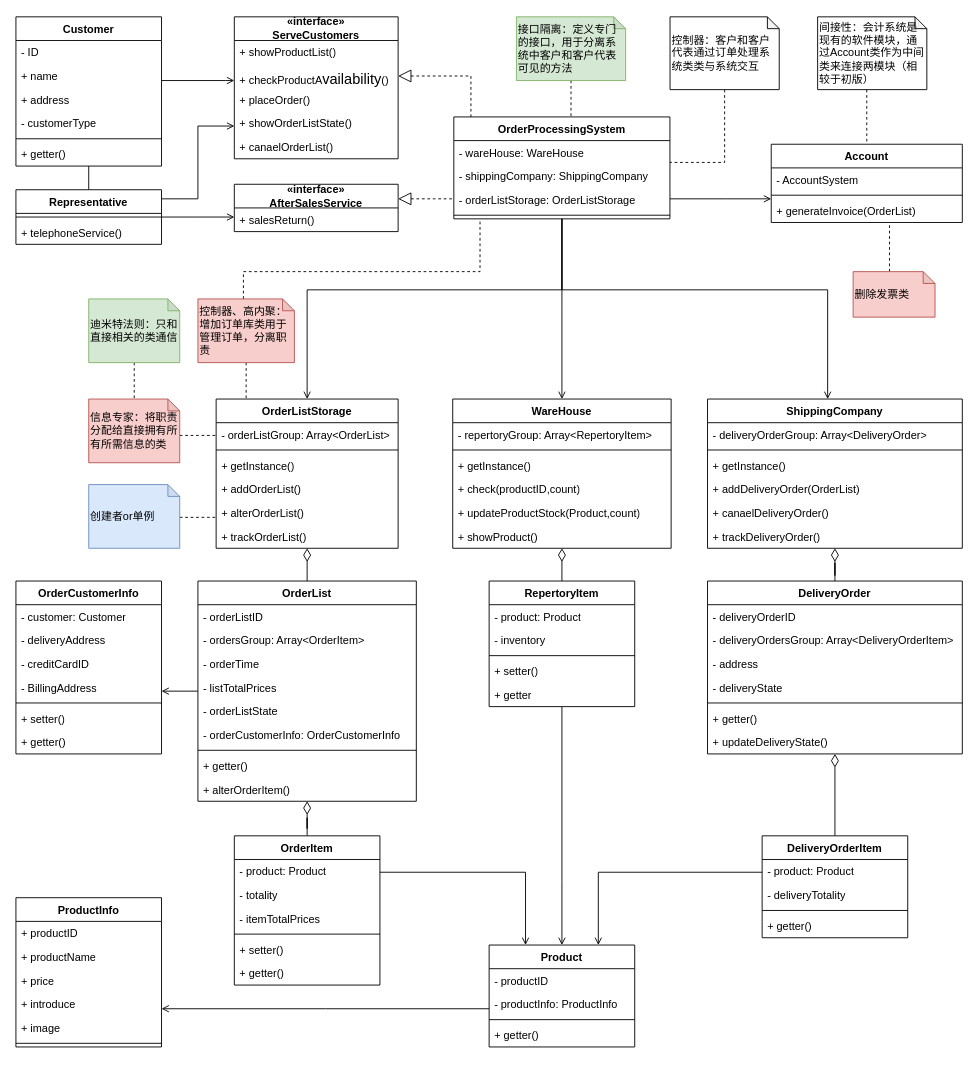
The draw.io diagram page "第 1 页" (1 of 2) of orders_Class_improved_plus.drawio in yayaer123/drawio_demo, before the edit. Source tidied: cells renumbered, new cells numbered last; positions are measured from the earlier drawing's top-left corner, leaving out a move shared by most shapes. Both pictures are drawn from the tidied source at 91%, with x=0, y=0 at pixel (15, 16).
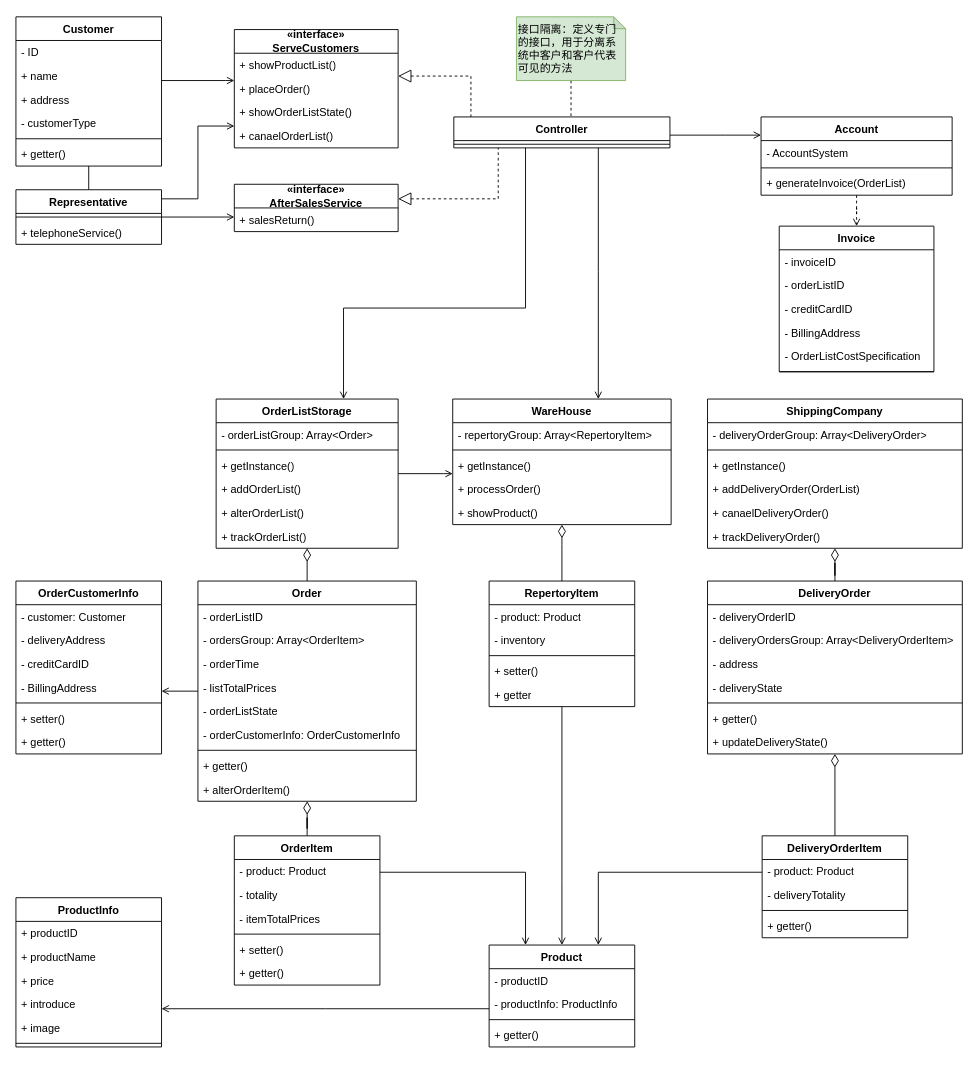
Above is the later version.

Unchanged cells that the change refers to:
```xml
<mxCell id="88" value="ShippingCompany" style="swimlane;fontStyle=1;align=center;verticalAlign=top;horizontal=1;startSize=26;whiteSpace=wrap;html=1;" parent="1" vertex="1">
  <mxGeometry x="760" y="420" width="280" height="164" as="geometry" />
</mxCell>
<mxCell id="113" value="OrderListStorage" style="swimlane;fontStyle=1;align=center;verticalAlign=top;horizontal=1;startSize=26;whiteSpace=wrap;html=1;" parent="1" vertex="1">
  <mxGeometry x="220" y="420" width="200" height="164" as="geometry" />
</mxCell>
<mxCell id="134" value="&lt;span style=&quot;font-weight: 700;&quot;&gt;«interface»&lt;/span&gt;&lt;br style=&quot;font-weight: 700;&quot;&gt;&lt;b&gt;AfterSalesService&lt;/b&gt;" style="swimlane;fontStyle=0;horizontal=1;startSize=26;fillColor=none;whiteSpace=wrap;html=1;" parent="1" vertex="1">
  <mxGeometry x="240" y="184" width="180" height="52" as="geometry" />
</mxCell>
```

The edit, as a diff of the source:
```diff
@@
-    <mxCell id="31" value="OrderList" style="swimlane;fontStyle=1;align=center;verticalAlign=top;horizontal=1;startSize=26;whiteSpace=wrap;html=1;" parent="1" vertex="1">
+    <mxCell id="31" value="Order" style="swimlane;fontStyle=1;align=center;verticalAlign=top;horizontal=1;startSize=26;whiteSpace=wrap;html=1;" parent="1" vertex="1">
       <mxGeometry x="200" y="620" width="240" height="242" as="geometry" />
     </mxCell>
@@
     <mxCell id="58" value="WareHouse" style="swimlane;fontStyle=1;align=center;verticalAlign=top;horizontal=1;startSize=26;whiteSpace=wrap;html=1;" parent="1" vertex="1">
-      <mxGeometry x="480" y="420" width="240" height="164" as="geometry" />
+      <mxGeometry x="480" y="420" width="240" height="138" as="geometry" />
     </mxCell>
@@
-    <mxCell id="62" value="+ check(productID,count)" style="text;strokeColor=none;fillColor=none;align=left;verticalAlign=top;spacingLeft=4;spacingRight=4;overflow=hidden;whiteSpace=wrap;html=1;" parent="58" vertex="1">
-      <mxGeometry y="86" width="240" height="26" as="geometry" />
-    </mxCell>
-    <mxCell id="63" value="+ updateProductStock(Product,count)" style="text;strokeColor=none;fillColor=none;align=left;verticalAlign=top;spacingLeft=4;spacingRight=4;overflow=hidden;whiteSpace=wrap;html=1;" parent="58" vertex="1">
-      <mxGeometry y="112" width="240" height="26" as="geometry" />
-    </mxCell>
+    <mxCell id="143" value="+ processOrder()" style="text;strokeColor=none;fillColor=none;align=left;verticalAlign=top;spacingLeft=4;spacingRight=4;overflow=hidden;whiteSpace=wrap;html=1;" parent="58" vertex="1">
+      <mxGeometry y="86" width="240" height="26" as="geometry" />
+    </mxCell>
     <mxCell id="64" value="+ showProduct()" style="text;strokeColor=none;fillColor=none;align=left;verticalAlign=top;spacingLeft=4;spacingRight=4;overflow=hidden;whiteSpace=wrap;html=1;" parent="58" vertex="1">
-      <mxGeometry y="138" width="240" height="26" as="geometry" />
+      <mxGeometry y="112" width="240" height="26" as="geometry" />
     </mxCell>
@@
-    <mxCell id="95" style="edgeStyle=orthogonalEdgeStyle;rounded=0;jettySize=auto;html=1;endArrow=open;endFill=0;" parent="1" edge="1" source="99" target="58">
-      <mxGeometry relative="1" as="geometry" />
-    </mxCell>
-    <mxCell id="96" style="edgeStyle=orthogonalEdgeStyle;rounded=0;jettySize=auto;html=1;endArrow=open;endFill=0;" parent="1" edge="1" source="99" target="88">
-      <mxGeometry relative="1" as="geometry">
-        <Array as="points">
-          <mxPoint x="892" y="300" />
-        </Array>
-      </mxGeometry>
-    </mxCell>
     <mxCell id="97" style="edgeStyle=orthogonalEdgeStyle;rounded=0;jettySize=auto;html=1;endArrow=open;endFill=0;" parent="1" edge="1" source="99" target="104">
       <mxGeometry relative="1" as="geometry">
         <Array as="points">
-          <mxPoint x="780" y="200" />
-          <mxPoint x="780" y="200" />
+          <mxPoint x="780" y="130" />
+          <mxPoint x="780" y="130" />
         </Array>
       </mxGeometry>
     </mxCell>
     <mxCell id="98" style="edgeStyle=orthogonalEdgeStyle;rounded=0;jettySize=auto;html=1;endArrow=open;endFill=0;" parent="1" edge="1" source="99" target="113">
       <mxGeometry relative="1" as="geometry">
         <Array as="points">
-          <mxPoint x="320" y="300" />
+          <mxPoint x="560" y="320" />
+          <mxPoint x="360" y="320" />
         </Array>
       </mxGeometry>
     </mxCell>
+    <mxCell id="95" style="edgeStyle=orthogonalEdgeStyle;rounded=0;jettySize=auto;html=1;endArrow=open;endFill=0;" parent="1" edge="1" source="99" target="58">
+      <mxGeometry relative="1" as="geometry">
+        <Array as="points">
+          <mxPoint x="640" y="280" />
+          <mxPoint x="640" y="280" />
+        </Array>
+      </mxGeometry>
+    </mxCell>
-    <mxCell id="99" value="OrderProcessingSystem" style="swimlane;fontStyle=1;align=center;verticalAlign=top;horizontal=1;startSize=26;whiteSpace=wrap;html=1;" parent="1" vertex="1">
-      <mxGeometry x="481.2" y="110" width="237.5" height="112" as="geometry" />
+    <mxCell id="99" value="Controller" style="swimlane;fontStyle=1;align=center;verticalAlign=top;horizontal=1;startSize=26;whiteSpace=wrap;html=1;" parent="1" vertex="1">
+      <mxGeometry x="481.2" y="110" width="237.5" height="34" as="geometry" />
     </mxCell>
-    <mxCell id="100" value="- wareHouse: WareHouse" style="text;strokeColor=none;fillColor=none;align=left;verticalAlign=top;spacingLeft=4;spacingRight=4;overflow=hidden;whiteSpace=wrap;html=1;" parent="99" vertex="1">
-      <mxGeometry y="26" width="237.5" height="26" as="geometry" />
-    </mxCell>
-    <mxCell id="101" value="- shippingCompany: ShippingCompany" style="text;strokeColor=none;fillColor=none;align=left;verticalAlign=top;spacingLeft=4;spacingRight=4;overflow=hidden;whiteSpace=wrap;html=1;" parent="99" vertex="1">
-      <mxGeometry y="52" width="237.5" height="26" as="geometry" />
-    </mxCell>
-    <mxCell id="102" value="- orderListStorage: OrderListStorage" style="text;strokeColor=none;fillColor=none;align=left;verticalAlign=top;spacingLeft=4;spacingRight=4;overflow=hidden;whiteSpace=wrap;html=1;" parent="99" vertex="1">
-      <mxGeometry y="78" width="237.5" height="26" as="geometry" />
-    </mxCell>
     <mxCell id="103" style="line;strokeWidth=1;fillColor=none;align=left;verticalAlign=middle;spacingTop=-1;spacingLeft=3;spacingRight=3;labelPosition=right;strokeColor=inherit;" parent="99" vertex="1">
-      <mxGeometry y="104" width="237.5" height="8" as="geometry" />
+      <mxGeometry y="26" width="237.5" height="8" as="geometry" />
     </mxCell>
+    <mxCell id="144" style="edgeStyle=orthogonalEdgeStyle;rounded=0;jettySize=auto;html=1;endArrow=open;endFill=0;dashed=1;" parent="1" edge="1" source="104" target="146">
+      <mxGeometry relative="1" as="geometry" />
+    </mxCell>
     <mxCell id="104" value="Account" style="swimlane;fontStyle=1;align=center;verticalAlign=top;horizontal=1;startSize=26;whiteSpace=wrap;html=1;" parent="1" vertex="1">
-      <mxGeometry x="830" y="140" width="210" height="86" as="geometry" />
+      <mxGeometry x="818.8" y="110" width="210" height="86" as="geometry" />
     </mxCell>
@@
-    <mxCell id="108" style="edgeStyle=orthogonalEdgeStyle;rounded=0;jettySize=auto;html=1;dashed=1;endArrow=none;endFill=0;" parent="1" edge="1" source="109" target="104">
-      <mxGeometry relative="1" as="geometry">
-        <Array as="points">
-          <mxPoint x="935" y="110" />
-          <mxPoint x="935" y="110" />
-        </Array>
-      </mxGeometry>
-    </mxCell>
-    <mxCell id="109" value="间接性：会计系统是现有的软件模块，通过Account类作为中间类来连接两模块（相较于初版）" style="shape=note;whiteSpace=wrap;html=1;backgroundOutline=1;darkOpacity=0.05;size=13;align=left;" parent="1" vertex="1">
-      <mxGeometry x="881" width="120" height="80" as="geometry" />
-    </mxCell>
-    <mxCell id="110" style="edgeStyle=orthogonalEdgeStyle;rounded=0;jettySize=auto;html=1;endArrow=none;endFill=0;dashed=1;" parent="1" edge="1" source="111" target="99">
-      <mxGeometry relative="1" as="geometry">
-        <Array as="points">
-          <mxPoint x="779" y="160" />
-        </Array>
-      </mxGeometry>
-    </mxCell>
-    <mxCell id="111" value="控制器：客户和客户代表通过订单处理系统类类与系统交互" style="shape=note;whiteSpace=wrap;html=1;backgroundOutline=1;darkOpacity=0.05;size=13;align=left;" parent="1" vertex="1">
-      <mxGeometry x="718.8" width="120" height="80" as="geometry" />
-    </mxCell>
@@
+    <mxCell id="145" style="edgeStyle=orthogonalEdgeStyle;rounded=0;jettySize=auto;html=1;endArrow=open;endFill=0;" parent="1" edge="1" source="113" target="58">
+      <mxGeometry relative="1" as="geometry">
+        <Array as="points">
+          <mxPoint x="470" y="502" />
+          <mxPoint x="470" y="502" />
+        </Array>
+      </mxGeometry>
+    </mxCell>
@@
-    <mxCell id="114" value="- orderListGroup: Array&amp;lt;OrderList&amp;gt;" style="text;strokeColor=none;fillColor=none;align=left;verticalAlign=top;spacingLeft=4;spacingRight=4;overflow=hidden;whiteSpace=wrap;html=1;" parent="113" vertex="1">
+    <mxCell id="114" value="- orderListGroup: Array&amp;lt;Order&amp;gt;" style="text;strokeColor=none;fillColor=none;align=left;verticalAlign=top;spacingLeft=4;spacingRight=4;overflow=hidden;whiteSpace=wrap;html=1;" parent="113" vertex="1">
       <mxGeometry y="26" width="200" height="26" as="geometry" />
     </mxCell>
@@
-    <mxCell id="120" style="edgeStyle=orthogonalEdgeStyle;rounded=0;jettySize=auto;html=1;endArrow=none;endFill=0;dashed=1;" parent="1" edge="1" source="122" target="113">
-      <mxGeometry relative="1" as="geometry">
-        <Array as="points">
-          <mxPoint x="260" y="343" />
-        </Array>
-      </mxGeometry>
-    </mxCell>
-    <mxCell id="121" style="edgeStyle=orthogonalEdgeStyle;rounded=0;jettySize=auto;html=1;startArrow=none;startFill=0;endArrow=none;endFill=0;dashed=1;" parent="1" edge="1" source="122" target="99">
-      <mxGeometry relative="1" as="geometry">
-        <Array as="points">
-          <mxPoint x="250" y="280" />
-          <mxPoint x="510" y="280" />
-        </Array>
-      </mxGeometry>
-    </mxCell>
-    <mxCell id="122" value="控制器、高内聚：增加订单库类用于管理订单，分离职责" style="shape=note;whiteSpace=wrap;html=1;backgroundOutline=1;darkOpacity=0.05;size=13;align=left;fillColor=#f8cecc;strokeColor=#b85450;" parent="1" vertex="1">
-      <mxGeometry x="200" y="310" width="106" height="70" as="geometry" />
-    </mxCell>
-    <mxCell id="123" style="edgeStyle=orthogonalEdgeStyle;rounded=0;jettySize=auto;html=1;endArrow=none;endFill=0;dashed=1;" parent="1" edge="1" source="124" target="104">
-      <mxGeometry relative="1" as="geometry">
-        <Array as="points">
-          <mxPoint x="960" y="250" />
-          <mxPoint x="960" y="250" />
-        </Array>
-      </mxGeometry>
-    </mxCell>
-    <mxCell id="124" value="删除发票类" style="shape=note;whiteSpace=wrap;html=1;backgroundOutline=1;darkOpacity=0.05;size=13;align=left;fillColor=#f8cecc;strokeColor=#b85450;" parent="1" vertex="1">
-      <mxGeometry x="920" y="280" width="90" height="50" as="geometry" />
-    </mxCell>
-    <mxCell id="125" style="edgeStyle=orthogonalEdgeStyle;rounded=0;jettySize=auto;html=1;endArrow=none;endFill=0;dashed=1;" parent="1" edge="1" source="126" target="113">
-      <mxGeometry relative="1" as="geometry">
-        <Array as="points">
-          <mxPoint x="200" y="460" />
-          <mxPoint x="200" y="460" />
-        </Array>
-      </mxGeometry>
-    </mxCell>
-    <mxCell id="126" value="信息专家：将职责分配给直接拥有所有所需信息的类" style="shape=note;whiteSpace=wrap;html=1;backgroundOutline=1;darkOpacity=0.05;size=13;align=left;fillColor=#f8cecc;strokeColor=#b85450;" parent="1" vertex="1">
-      <mxGeometry x="80" y="420" width="100" height="70" as="geometry" />
-    </mxCell>
     <mxCell id="127" value="«interface»&lt;br&gt;ServeCustomers" style="swimlane;fontStyle=1;horizontal=1;startSize=26;fillColor=none;whiteSpace=wrap;html=1;" parent="1" vertex="1">
-      <mxGeometry x="240" width="180" height="156" as="geometry" />
+      <mxGeometry x="240" y="14" width="180" height="130" as="geometry" />
     </mxCell>
@@
-    <mxCell id="129" value="+ checkProductA&lt;span style=&quot;background-color: initial; font-family: Calibri; font-size: 12pt;&quot;&gt;vailability&lt;/span&gt;&lt;span style=&quot;background-color: initial;&quot;&gt;()&lt;/span&gt;" style="text;strokeColor=none;fillColor=none;align=left;verticalAlign=top;spacingLeft=4;spacingRight=4;overflow=hidden;points=[[0,0.5],[1,0.5]];portConstraint=eastwest;whiteSpace=wrap;html=1;" parent="127" vertex="1">
-      <mxGeometry y="52" width="180" height="26" as="geometry" />
-    </mxCell>
     <mxCell id="130" value="+ placeOrder()" style="text;strokeColor=none;fillColor=none;align=left;verticalAlign=top;spacingLeft=4;spacingRight=4;overflow=hidden;whiteSpace=wrap;html=1;" parent="127" vertex="1">
-      <mxGeometry y="78" width="180" height="26" as="geometry" />
+      <mxGeometry y="52" width="180" height="26" as="geometry" />
     </mxCell>
     <mxCell id="131" value="+ showOrderListState()" style="text;strokeColor=none;fillColor=none;align=left;verticalAlign=top;spacingLeft=4;spacingRight=4;overflow=hidden;whiteSpace=wrap;html=1;" parent="127" vertex="1">
-      <mxGeometry y="104" width="180" height="26" as="geometry" />
+      <mxGeometry y="78" width="180" height="26" as="geometry" />
     </mxCell>
     <mxCell id="132" value="+ canaelOrderList()" style="text;strokeColor=none;fillColor=none;align=left;verticalAlign=top;spacingLeft=4;spacingRight=4;overflow=hidden;whiteSpace=wrap;html=1;" parent="127" vertex="1">
-      <mxGeometry y="130" width="180" height="26" as="geometry" />
+      <mxGeometry y="104" width="180" height="26" as="geometry" />
     </mxCell>
     <mxCell id="133" style="edgeStyle=orthogonalEdgeStyle;rounded=0;jettySize=auto;html=1;endArrow=none;endFill=0;startArrow=block;startFill=0;dashed=1;startSize=12;" parent="1" edge="1" source="134" target="99">
       <mxGeometry relative="1" as="geometry">
         <Array as="points">
-          <mxPoint x="460" y="200" />
-          <mxPoint x="460" y="200" />
+          <mxPoint x="530" y="200" />
         </Array>
       </mxGeometry>
     </mxCell>
@@
-    <mxCell id="136" style="edgeStyle=orthogonalEdgeStyle;rounded=0;jettySize=auto;html=1;endArrow=none;endFill=0;startArrow=block;startFill=0;dashed=1;endSize=6;startSize=12;" parent="1" edge="1" source="129" target="99">
+    <mxCell id="136" style="edgeStyle=orthogonalEdgeStyle;rounded=0;jettySize=auto;html=1;endArrow=none;endFill=0;startArrow=block;startFill=0;dashed=1;endSize=6;startSize=12;" parent="1" edge="1" target="99">
       <mxGeometry relative="1" as="geometry">
+        <mxPoint x="420" y="65.1" as="sourcePoint" />
         <Array as="points">
           <mxPoint x="500" y="65" />
         </Array>
       </mxGeometry>
     </mxCell>
@@
-    <mxCell id="139" style="edgeStyle=orthogonalEdgeStyle;rounded=0;jettySize=auto;html=1;endArrow=none;endFill=0;dashed=1;" parent="1" edge="1" source="140" target="126">
-      <mxGeometry relative="1" as="geometry" />
-    </mxCell>
-    <mxCell id="140" value="迪米特法则：只和直接相关的类通信" style="shape=note;whiteSpace=wrap;html=1;backgroundOutline=1;darkOpacity=0.05;size=13;align=left;fillColor=#d5e8d4;strokeColor=#82b366;" parent="1" vertex="1">
-      <mxGeometry x="80" y="310" width="100" height="70" as="geometry" />
-    </mxCell>
-    <mxCell id="141" style="edgeStyle=orthogonalEdgeStyle;rounded=0;jettySize=auto;html=1;endArrow=none;endFill=0;dashed=1;" parent="1" edge="1" source="142" target="113">
-      <mxGeometry relative="1" as="geometry">
-        <Array as="points">
-          <mxPoint x="210" y="550" />
-          <mxPoint x="210" y="550" />
-        </Array>
-      </mxGeometry>
-    </mxCell>
-    <mxCell id="142" value="创建者or单例" style="shape=note;whiteSpace=wrap;html=1;backgroundOutline=1;darkOpacity=0.05;size=13;align=left;fillColor=#dae8fc;strokeColor=#6c8ebf;" parent="1" vertex="1">
-      <mxGeometry x="80" y="514" width="100" height="70" as="geometry" />
-    </mxCell>
+    <mxCell id="146" value="Invoice" style="swimlane;fontStyle=1;align=center;verticalAlign=top;horizontal=1;startSize=26;whiteSpace=wrap;html=1;" parent="1" vertex="1">
+      <mxGeometry x="838.8" y="230" width="170" height="160" as="geometry" />
+    </mxCell>
+    <mxCell id="147" value="- invoiceID" style="text;strokeColor=none;fillColor=none;align=left;verticalAlign=top;spacingLeft=4;spacingRight=4;overflow=hidden;whiteSpace=wrap;html=1;" parent="146" vertex="1">
+      <mxGeometry y="26" width="170" height="26" as="geometry" />
+    </mxCell>
+    <mxCell id="148" value="- orderListID" style="text;strokeColor=none;fillColor=none;align=left;verticalAlign=top;spacingLeft=4;spacingRight=4;overflow=hidden;whiteSpace=wrap;html=1;" parent="146" vertex="1">
+      <mxGeometry y="52" width="170" height="26" as="geometry" />
+    </mxCell>
+    <mxCell id="149" value="- creditCardID" style="text;strokeColor=none;fillColor=none;align=left;verticalAlign=top;spacingLeft=4;spacingRight=4;overflow=hidden;whiteSpace=wrap;html=1;" parent="146" vertex="1">
+      <mxGeometry y="78" width="170" height="26" as="geometry" />
+    </mxCell>
+    <mxCell id="150" value="- BillingAddress" style="text;strokeColor=none;fillColor=none;align=left;verticalAlign=top;spacingLeft=4;spacingRight=4;overflow=hidden;whiteSpace=wrap;html=1;" parent="146" vertex="1">
+      <mxGeometry y="104" width="170" height="26" as="geometry" />
+    </mxCell>
+    <mxCell id="151" value="- OrderListCostSpecification" style="text;strokeColor=none;fillColor=none;align=left;verticalAlign=top;spacingLeft=4;spacingRight=4;overflow=hidden;whiteSpace=wrap;html=1;" parent="146" vertex="1">
+      <mxGeometry y="130" width="170" height="26" as="geometry" />
+    </mxCell>
+    <mxCell id="152" style="line;strokeWidth=1;fillColor=none;align=left;verticalAlign=middle;spacingTop=-1;spacingLeft=3;spacingRight=3;labelPosition=right;strokeColor=inherit;" parent="146" vertex="1">
+      <mxGeometry y="156" width="170" height="8" as="geometry" />
+    </mxCell>
```
